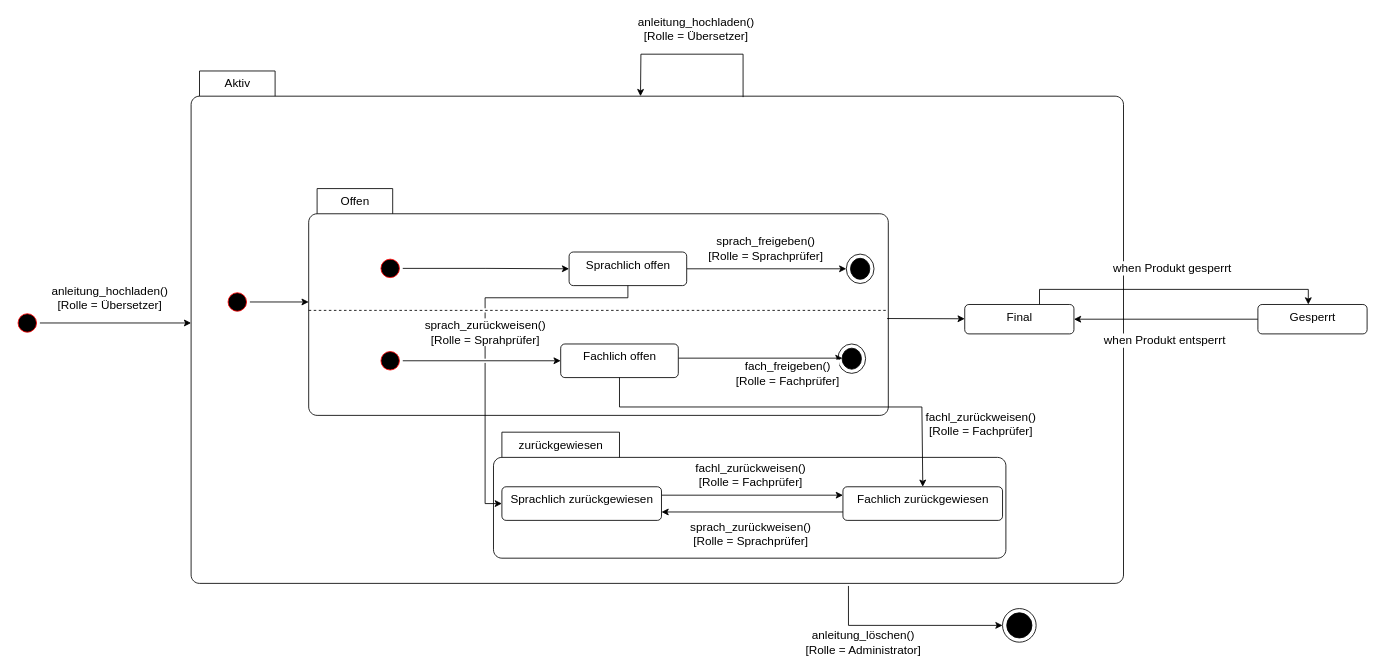
Earlier version of the draw.io diagram page "Page-1" (1 of 2) of Anleitung_State.drawio (Schubert-Tom/Manual-Master). Source tidied: cells renumbered, new cells numbered last; positions are measured from the earlier drawing's top-left corner, leaving out a move shared by most shapes. Both pictures are drawn from the tidied source at 84%, with x=0, y=0 at pixel (14, 71).
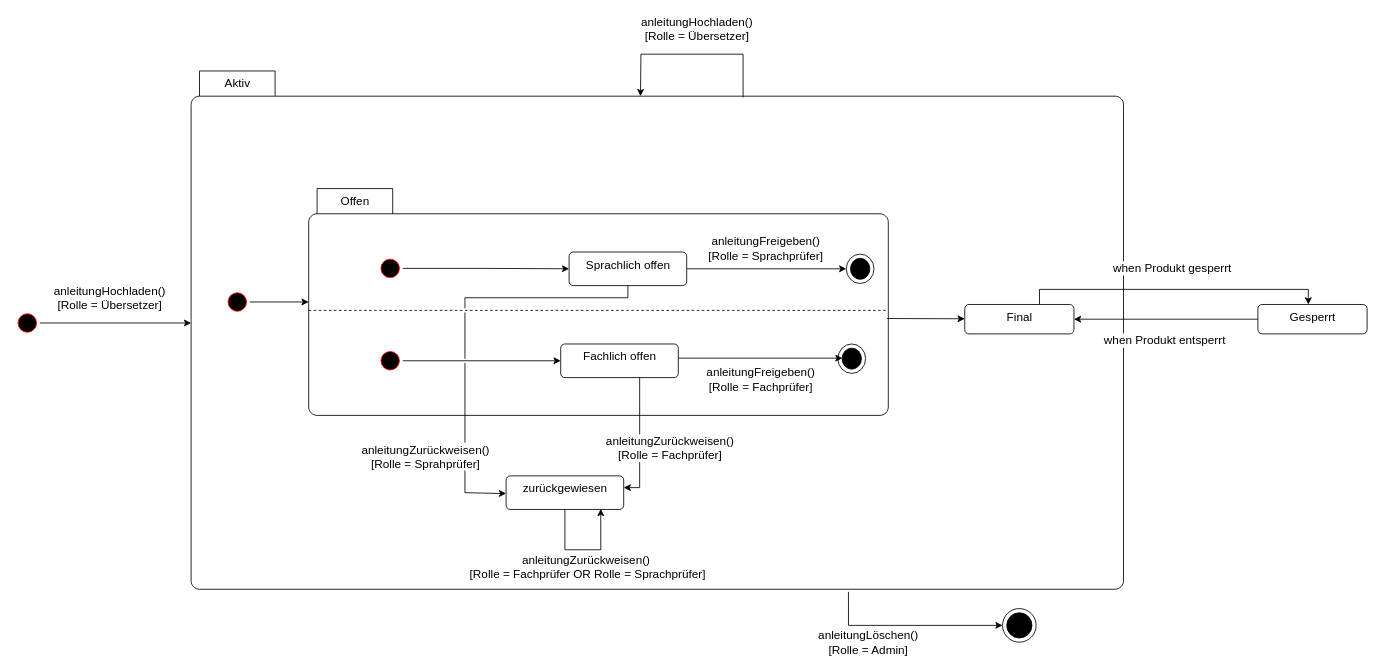
The same diagram, later.

Unchanged cells that the change refers to:
```xml
<mxCell id="3" style="ellipse;html=1;shape=startState;fillColor=#000000;strokeColor=#ff0000;fontSize=14;" parent="1" vertex="1">
  <mxGeometry y="285" width="30" height="30" as="geometry" />
</mxCell>
<mxCell id="9" value="Sprachlich offen" style="html=1;align=center;verticalAlign=top;rounded=1;absoluteArcSize=1;arcSize=10;dashed=0;fontSize=14;" parent="1" vertex="1">
  <mxGeometry x="660" y="215.5" width="140" height="40" as="geometry" />
</mxCell>
<mxCell id="12" style="shape=mxgraph.sysml.actFinal;html=1;verticalLabelPosition=bottom;labelBackgroundColor=#ffffff;verticalAlign=top;fontSize=14;" parent="1" vertex="1">
  <mxGeometry x="990" y="218" width="33" height="35" as="geometry" />
</mxCell>
<mxCell id="16" style="shape=mxgraph.sysml.actFinal;html=1;verticalLabelPosition=bottom;labelBackgroundColor=#ffffff;verticalAlign=top;fontSize=14;" parent="1" vertex="1">
  <mxGeometry x="980" y="325" width="33" height="35" as="geometry" />
</mxCell>
<mxCell id="18" value="Fachlich offen" style="html=1;align=center;verticalAlign=top;rounded=1;absoluteArcSize=1;arcSize=10;dashed=0;fontSize=14;" parent="1" vertex="1">
  <mxGeometry x="650" y="325" width="140" height="40" as="geometry" />
</mxCell>
<mxCell id="25" style="shape=mxgraph.sysml.actFinal;html=1;verticalLabelPosition=bottom;labelBackgroundColor=#ffffff;verticalAlign=top;fontSize=14;" parent="1" vertex="1">
  <mxGeometry x="1176" y="640" width="40" height="40" as="geometry" />
</mxCell>
```

Change to the diagram source:
```diff
@@
-    <mxCell id="2" value="anleitung_hochladen() &lt;br style=&quot;font-size: 14px&quot;&gt;[Rolle = Übersetzer]" style="edgeStyle=orthogonalEdgeStyle;rounded=0;jumpStyle=gap;jumpSize=5;jettySize=auto;html=1;entryX=0;entryY=0;entryDx=0;entryDy=300;entryPerimeter=0;fontSize=14;" parent="1" edge="1" source="3" target="4">
+    <mxCell id="2" value="anleitungHochladen() &lt;br style=&quot;font-size: 14px&quot;&gt;[Rolle = Übersetzer]" style="edgeStyle=orthogonalEdgeStyle;rounded=0;jumpStyle=gap;jumpSize=5;jettySize=auto;html=1;entryX=0;entryY=0;entryDx=0;entryDy=300;entryPerimeter=0;fontSize=14;" parent="1" edge="1" source="3" target="4">
       <mxGeometry x="-0.08" y="30" relative="1" as="geometry" />
     </mxCell>
@@
     <mxCell id="4" value="Aktiv" style="shape=folder;align=center;verticalAlign=middle;fontStyle=0;tabWidth=100;tabHeight=30;tabPosition=left;html=1;boundedLbl=1;labelInHeader=1;rounded=1;absoluteArcSize=1;arcSize=10;fontSize=14;" parent="1" vertex="1">
-      <mxGeometry x="210" width="1110" height="610" as="geometry" />
+      <mxGeometry x="210" width="1110" height="617" as="geometry" />
     </mxCell>
@@
-    <mxCell id="8" value="sprach_freigeben()&lt;br&gt;[Rolle = Sprachprüfer]" style="edgeStyle=orthogonalEdgeStyle;rounded=0;jettySize=auto;html=1;fontSize=14;entryX=0;entryY=0.5;entryDx=0;entryDy=0;entryPerimeter=0;" parent="1" edge="1" source="9" target="12">
+    <mxCell id="8" value="anleitungFreigeben()&lt;br&gt;[Rolle = Sprachprüfer]" style="edgeStyle=orthogonalEdgeStyle;rounded=0;jettySize=auto;html=1;fontSize=14;entryX=0;entryY=0.5;entryDx=0;entryDy=0;entryPerimeter=0;" parent="1" edge="1" source="9" target="12">
       <mxGeometry y="25" relative="1" as="geometry">
         <mxPoint x="-1" as="offset" />
       </mxGeometry>
     </mxCell>
@@
-    <mxCell id="17" value="fach_freigeben()&lt;br&gt;[Rolle = Fachprüfer]" style="edgeStyle=orthogonalEdgeStyle;rounded=0;jumpStyle=gap;jumpSize=5;jettySize=auto;html=1;fontSize=14;entryX=0.165;entryY=0.482;entryDx=0;entryDy=0;entryPerimeter=0;" parent="1" edge="1" source="18" target="16">
-      <mxGeometry x="0.33" y="-18" relative="1" as="geometry">
+    <mxCell id="17" value="anleitungFreigeben()&lt;br&gt;[Rolle = Fachprüfer]" style="edgeStyle=orthogonalEdgeStyle;rounded=0;jumpStyle=gap;jumpSize=5;jettySize=auto;html=1;fontSize=14;entryX=0.165;entryY=0.482;entryDx=0;entryDy=0;entryPerimeter=0;" parent="1" edge="1" source="18" target="16">
+      <mxGeometry y="-25" relative="1" as="geometry">
         <Array as="points">
           <mxPoint x="700" y="341" />
           <mxPoint x="700" y="341" />
         </Array>
       </mxGeometry>
     </mxCell>
@@
-    <mxCell id="21" value="anleitung_löschen()&lt;br&gt;[Rolle = Administrator]" style="edgeStyle=orthogonalEdgeStyle;rounded=0;jumpStyle=gap;jumpSize=5;jettySize=auto;html=1;fontSize=14;entryX=0;entryY=0.5;entryDx=0;entryDy=0;entryPerimeter=0;exitX=0.705;exitY=1.005;exitDx=0;exitDy=0;exitPerimeter=0;" parent="1" edge="1" source="4" target="25">
+    <mxCell id="21" value="anleitungLöschen()&lt;br&gt;[Rolle = Admin]" style="edgeStyle=orthogonalEdgeStyle;rounded=0;jumpStyle=gap;jumpSize=5;jettySize=auto;html=1;fontSize=14;entryX=0;entryY=0.5;entryDx=0;entryDy=0;entryPerimeter=0;exitX=0.705;exitY=1.005;exitDx=0;exitDy=0;exitPerimeter=0;" parent="1" edge="1" source="4" target="25">
       <mxGeometry x="-0.44" y="-20" relative="1" as="geometry">
         <Array as="points">
           <mxPoint x="993" y="660" />
           <mxPoint x="1176" y="660" />
         </Array>
       </mxGeometry>
     </mxCell>
@@
-    <mxCell id="26" value="zurückgewiesen" style="shape=folder;align=center;verticalAlign=middle;fontStyle=0;tabWidth=150;tabHeight=30;tabPosition=left;html=1;boundedLbl=1;labelInHeader=1;rounded=1;absoluteArcSize=1;arcSize=10;fontSize=14;" parent="1" vertex="1">
-      <mxGeometry x="570" y="430" width="610" height="150" as="geometry" />
-    </mxCell>
-    <mxCell id="27" value="anleitung_hochladen()&lt;br&gt;[Rolle = Übersetzer]" style="rounded=0;jumpStyle=gap;jumpSize=5;jettySize=auto;html=1;fontSize=14;exitX=0.592;exitY=0.051;exitDx=0;exitDy=0;exitPerimeter=0;edgeStyle=orthogonalEdgeStyle;" parent="1" edge="1" source="4">
+    <mxCell id="27" value="anleitungHochladen()&lt;br&gt;[Rolle = Übersetzer]" style="rounded=0;jumpStyle=gap;jumpSize=5;jettySize=auto;html=1;fontSize=14;exitX=0.592;exitY=0.051;exitDx=0;exitDy=0;exitPerimeter=0;edgeStyle=orthogonalEdgeStyle;" parent="1" edge="1" source="4">
       <mxGeometry x="-0.04" y="-30" relative="1" as="geometry">
         <mxPoint x="745" y="30" as="targetPoint" />
       </mxGeometry>
     </mxCell>
-    <mxCell id="28" style="edgeStyle=orthogonalEdgeStyle;rounded=0;jettySize=auto;html=1;exitX=1;exitY=0.25;exitDx=0;exitDy=0;entryX=0;entryY=0.25;entryDx=0;entryDy=0;" parent="1" edge="1" source="30" target="33">
-      <mxGeometry relative="1" as="geometry" />
-    </mxCell>
-    <mxCell id="29" value="&lt;span style=&quot;font-size: 14px&quot;&gt;fachl_zurückweisen()&lt;/span&gt;&lt;br style=&quot;font-size: 14px&quot;&gt;&lt;span style=&quot;font-size: 14px&quot;&gt;[Rolle = Fachprüfer]&lt;/span&gt;" style="edgeLabel;html=1;align=center;verticalAlign=middle;" parent="28" vertex="1">
-      <mxGeometry x="-0.25" y="1" relative="1" as="geometry">
-        <mxPoint x="24" y="-24" as="offset" />
-      </mxGeometry>
-    </mxCell>
-    <mxCell id="30" value="Sprachlich zurückgewiesen" style="html=1;align=center;verticalAlign=top;rounded=1;absoluteArcSize=1;arcSize=10;dashed=0;fontSize=14;" parent="1" vertex="1">
-      <mxGeometry x="580" y="495" width="190" height="40" as="geometry" />
-    </mxCell>
-    <mxCell id="31" style="edgeStyle=orthogonalEdgeStyle;rounded=0;jettySize=auto;html=1;entryX=1;entryY=0.75;entryDx=0;entryDy=0;exitX=0;exitY=0.75;exitDx=0;exitDy=0;" parent="1" edge="1" source="33" target="30">
-      <mxGeometry relative="1" as="geometry" />
-    </mxCell>
-    <mxCell id="32" value="&lt;span style=&quot;font-size: 14px&quot;&gt;sprach_zurückweisen()&lt;/span&gt;&lt;br style=&quot;font-size: 14px&quot;&gt;&lt;span style=&quot;font-size: 14px&quot;&gt;[Rolle = Sprachprüfer]&lt;/span&gt;" style="edgeLabel;html=1;align=center;verticalAlign=middle;" parent="31" vertex="1">
-      <mxGeometry x="0.08" relative="1" as="geometry">
-        <mxPoint x="6" y="25" as="offset" />
-      </mxGeometry>
-    </mxCell>
-    <mxCell id="33" value="Fachlich zurückgewiesen" style="html=1;align=center;verticalAlign=top;rounded=1;absoluteArcSize=1;arcSize=10;dashed=0;fontSize=14;" parent="1" vertex="1">
-      <mxGeometry x="986" y="495" width="190" height="40" as="geometry" />
-    </mxCell>
-    <mxCell id="34" value="sprach_zurückweisen()&lt;br&gt;[Rolle = Sprahprüfer]" style="edgeStyle=orthogonalEdgeStyle;rounded=0;jumpStyle=gap;jumpSize=5;jettySize=auto;html=1;fontSize=14;entryX=0;entryY=0.5;entryDx=0;entryDy=0;" parent="1" edge="1" source="9" target="30">
-      <mxGeometry relative="1" as="geometry">
+    <mxCell id="34" value="anleitungZurückweisen()&lt;br&gt;[Rolle = Sprahprüfer]" style="edgeStyle=orthogonalEdgeStyle;rounded=0;jumpStyle=gap;jumpSize=5;jettySize=auto;html=1;fontSize=14;" parent="1" edge="1" source="9" target="26">
+      <mxGeometry x="0.62" y="-47" relative="1" as="geometry">
         <Array as="points">
           <mxPoint x="730" y="270" />
-          <mxPoint x="560" y="270" />
-          <mxPoint x="560" y="515" />
+          <mxPoint x="536" y="270" />
+          <mxPoint x="536" y="502" />
+          <mxPoint x="558" y="502" />
+          <mxPoint x="558" y="503" />
         </Array>
       </mxGeometry>
     </mxCell>
-    <mxCell id="35" value="fachl_zurückweisen()&lt;br&gt;[Rolle = Fachprüfer]" style="edgeStyle=orthogonalEdgeStyle;rounded=0;jumpStyle=gap;jumpSize=5;jettySize=auto;html=1;entryX=0.5;entryY=0;entryDx=0;entryDy=0;fontSize=14;" parent="1" edge="1" source="18" target="33">
-      <mxGeometry x="0.69" y="70" relative="1" as="geometry">
+    <mxCell id="35" value="anleitungZurückweisen()&lt;br&gt;[Rolle = Fachprüfer]" style="edgeStyle=orthogonalEdgeStyle;rounded=0;jumpStyle=gap;jumpSize=5;jettySize=auto;html=1;fontSize=14;" parent="1" edge="1" source="18" target="26">
+      <mxGeometry x="0.12" y="36" relative="1" as="geometry">
         <Array as="points">
-          <mxPoint x="720" y="400" />
-          <mxPoint x="1080" y="400" />
-          <mxPoint x="1080" y="490" />
-          <mxPoint x="1081" y="490" />
+          <mxPoint x="744" y="496" />
         </Array>
       </mxGeometry>
     </mxCell>
+    <mxCell id="26" value="zurückgewiesen" style="html=1;align=center;verticalAlign=top;rounded=1;absoluteArcSize=1;arcSize=10;dashed=0;fontSize=14;" parent="1" vertex="1">
+      <mxGeometry x="585" y="482" width="140" height="40" as="geometry" />
+    </mxCell>
+    <mxCell id="36" value="&lt;font style=&quot;font-size: 14px&quot;&gt;anleitungZurückweisen()&amp;nbsp;&lt;br&gt;[Rolle = Fachprüfer OR Rolle = Sprachprüfer]&lt;/font&gt;" style="edgeStyle=orthogonalEdgeStyle;rounded=0;orthogonalLoop=1;jettySize=auto;html=1;entryX=0.805;entryY=0.983;entryDx=0;entryDy=0;entryPerimeter=0;" parent="1" edge="1" source="26" target="26">
+      <mxGeometry x="0.08" y="-20" relative="1" as="geometry">
+        <Array as="points">
+          <mxPoint x="655" y="570" />
+          <mxPoint x="698" y="570" />
+        </Array>
+      </mxGeometry>
+    </mxCell>
```
